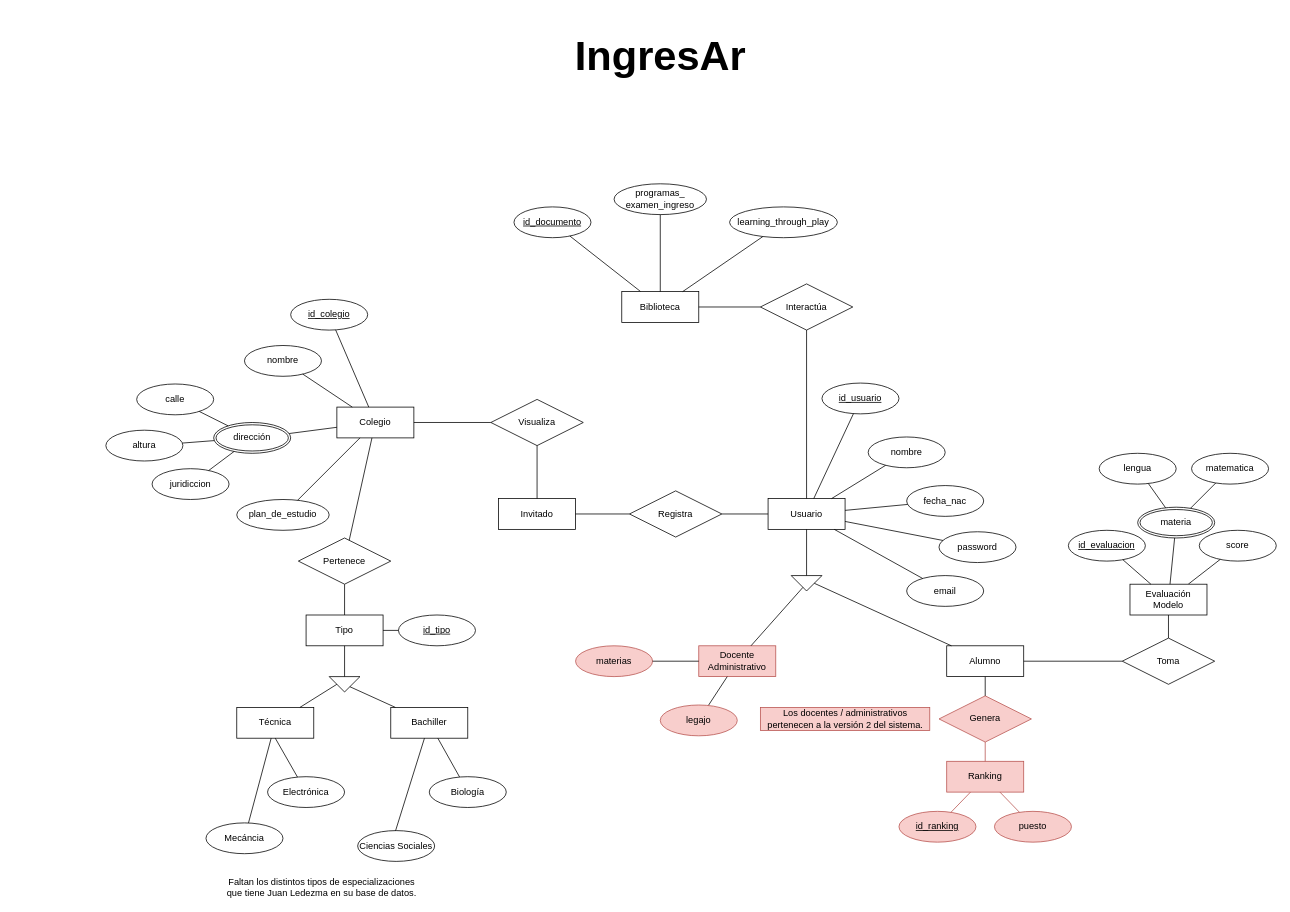
This is page "MER" (1 of 3) of IngresAr.drawio from Ingres-Ar/Ingres.Ar, a draw.io file, before an edit. Source tidied: cells renumbered, new cells numbered last; positions are measured from the earlier drawing's top-left corner, leaving out a move shared by most shapes. Both pictures are drawn from the tidied source at 77%, with x=0, y=0 at pixel (105, 13).
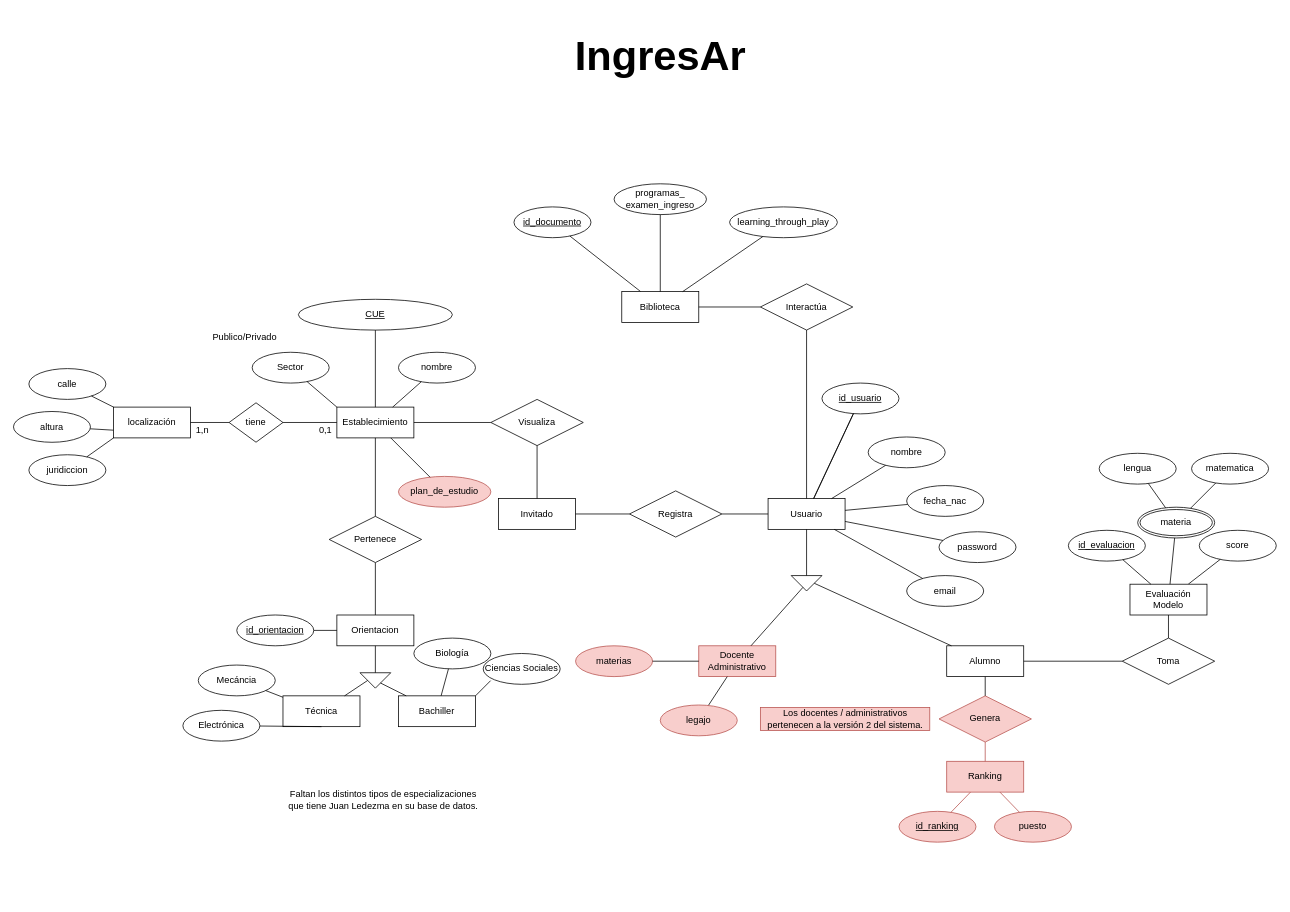
Above is the later version.

Unchanged cells that the change refers to:
```xml
<mxCell id="4" value="Usuario" style="whiteSpace=wrap;html=1;align=center;" parent="1" vertex="1">
  <mxGeometry x="860" y="630" width="100" height="40" as="geometry" />
</mxCell>
<mxCell id="8" value="id_usuario" style="ellipse;whiteSpace=wrap;html=1;align=center;fontStyle=4;" parent="1" vertex="1">
  <mxGeometry x="930" y="480" width="100" height="40" as="geometry" />
</mxCell>
```

Diff of the diagram source:
```diff
@@
-    <mxCell id="3" value="Colegio" style="whiteSpace=wrap;html=1;align=center;" parent="1" vertex="1">
+    <mxCell id="3" value="Establecimiento" style="whiteSpace=wrap;html=1;align=center;" parent="1" vertex="1">
       <mxGeometry x="300" y="511.2" width="100" height="40" as="geometry" />
     </mxCell>
@@
     <mxCell id="10" value="Biología" style="ellipse;whiteSpace=wrap;html=1;align=center;" parent="1" vertex="1">
-      <mxGeometry x="420" y="991.2" width="100" height="40" as="geometry" />
+      <mxGeometry x="400" y="811.2" width="100" height="40" as="geometry" />
     </mxCell>
     <mxCell id="11" value="Electrónica" style="ellipse;whiteSpace=wrap;html=1;align=center;" parent="1" vertex="1">
-      <mxGeometry x="210" y="991.2" width="100" height="40" as="geometry" />
+      <mxGeometry x="100" y="905" width="100" height="40" as="geometry" />
     </mxCell>
     <mxCell id="12" value="Técnica" style="whiteSpace=wrap;html=1;align=center;" parent="1" vertex="1">
-      <mxGeometry x="170" y="901.2" width="100" height="40" as="geometry" />
+      <mxGeometry x="230" y="886.2" width="100" height="40" as="geometry" />
     </mxCell>
-    <mxCell id="13" value="Tipo" style="whiteSpace=wrap;html=1;align=center;" parent="1" vertex="1">
-      <mxGeometry x="260" y="781.2" width="100" height="40" as="geometry" />
+    <mxCell id="13" value="Orientacion" style="whiteSpace=wrap;html=1;align=center;" parent="1" vertex="1">
+      <mxGeometry x="300" y="781.2" width="100" height="40" as="geometry" />
     </mxCell>
     <mxCell id="14" value="Bachiller" style="whiteSpace=wrap;html=1;align=center;" parent="1" vertex="1">
-      <mxGeometry x="370" y="901.2" width="100" height="40" as="geometry" />
+      <mxGeometry x="380" y="886.2" width="100" height="40" as="geometry" />
     </mxCell>
     <mxCell id="15" style="triangle;whiteSpace=wrap;html=1;rotation=90;" parent="1" vertex="1">
-      <mxGeometry x="300" y="851.2" width="20" height="40" as="geometry" />
+      <mxGeometry x="340" y="846.2" width="20" height="40" as="geometry" />
     </mxCell>
@@
     <mxCell id="21" value="Mecáncia" style="ellipse;whiteSpace=wrap;html=1;align=center;" parent="1" vertex="1">
-      <mxGeometry x="130" y="1051.2" width="100" height="40" as="geometry" />
+      <mxGeometry x="120" y="846.2" width="100" height="40" as="geometry" />
     </mxCell>
     <mxCell id="22" value="Ciencias Sociales" style="ellipse;whiteSpace=wrap;html=1;align=center;" parent="1" vertex="1">
-      <mxGeometry x="327" y="1061.2" width="100" height="40" as="geometry" />
+      <mxGeometry x="490" y="831.2" width="100" height="40" as="geometry" />
     </mxCell>
@@
-    <mxCell id="26" style="endArrow=none;html=1;rounded=0;" parent="1" edge="1" target="14">
-      <mxGeometry relative="1" as="geometry">
-        <mxPoint x="376.2" y="1061.4" as="sourcePoint" />
-      </mxGeometry>
+    <mxCell id="26" style="endArrow=none;html=1;rounded=0;exitX=0.097;exitY=0.881;exitDx=0;exitDy=0;entryX=1;entryY=0;entryDx=0;entryDy=0;exitPerimeter=0;" parent="1" edge="1" source="22" target="14">
+      <mxGeometry relative="1" as="geometry" />
     </mxCell>
     <mxCell id="27" value="juridiccion" style="ellipse;whiteSpace=wrap;html=1;align=center;" parent="1" vertex="1">
-      <mxGeometry x="60" y="591.2" width="100" height="40" as="geometry" />
+      <mxGeometry x="-100" y="573.1" width="100" height="40" as="geometry" />
     </mxCell>
-    <mxCell id="28" value="dirección" style="ellipse;shape=doubleEllipse;margin=3;whiteSpace=wrap;html=1;align=center;" parent="1" vertex="1">
-      <mxGeometry x="140" y="531.2" width="100" height="40" as="geometry" />
-    </mxCell>
     <mxCell id="29" value="calle" style="ellipse;whiteSpace=wrap;html=1;align=center;" parent="1" vertex="1">
-      <mxGeometry x="40" y="481.2" width="100" height="40" as="geometry" />
+      <mxGeometry x="-100" y="461.2" width="100" height="40" as="geometry" />
     </mxCell>
     <mxCell id="30" value="altura" style="ellipse;whiteSpace=wrap;html=1;align=center;" parent="1" vertex="1">
-      <mxGeometry y="541.2" width="100" height="40" as="geometry" />
+      <mxGeometry x="-120" y="516.9" width="100" height="40" as="geometry" />
     </mxCell>
-    <mxCell id="31" value="id_tipo" style="ellipse;whiteSpace=wrap;html=1;align=center;fontStyle=4;" parent="1" vertex="1">
-      <mxGeometry x="380" y="781.2" width="100" height="40" as="geometry" />
+    <mxCell id="31" value="id_orientacion" style="ellipse;whiteSpace=wrap;html=1;align=center;fontStyle=4;" parent="1" vertex="1">
+      <mxGeometry x="170" y="781.2" width="100" height="40" as="geometry" />
     </mxCell>
@@
-    <mxCell id="37" style="endArrow=none;html=1;rounded=0;" parent="1" edge="1" source="38" target="13">
+    <mxCell id="37" style="endArrow=none;html=1;rounded=0;exitX=0.5;exitY=1;exitDx=0;exitDy=0;" parent="1" edge="1" source="38" target="13">
       <mxGeometry relative="1" as="geometry" />
     </mxCell>
     <mxCell id="38" value="Pertenece" style="shape=rhombus;perimeter=rhombusPerimeter;whiteSpace=wrap;html=1;align=center;" parent="1" vertex="1">
-      <mxGeometry x="250" y="681.2" width="120" height="60" as="geometry" />
+      <mxGeometry x="290" y="653.1" width="120" height="60" as="geometry" />
     </mxCell>
-    <mxCell id="39" style="endArrow=none;html=1;rounded=0;" parent="1" edge="1" source="3" target="38">
+    <mxCell id="39" style="endArrow=none;html=1;rounded=0;entryX=0.5;entryY=0;entryDx=0;entryDy=0;" parent="1" edge="1" source="3" target="38">
       <mxGeometry relative="1" as="geometry" />
     </mxCell>
-    <mxCell id="40" style="endArrow=none;html=1;rounded=0;" parent="1" edge="1" source="27" target="28">
-      <mxGeometry relative="1" as="geometry" />
-    </mxCell>
-    <mxCell id="41" style="endArrow=none;html=1;rounded=0;" parent="1" edge="1" source="30" target="28">
+    <mxCell id="41" style="endArrow=none;html=1;rounded=0;entryX=0;entryY=0.75;entryDx=0;entryDy=0;" parent="1" edge="1" source="30" target="101">
       <mxGeometry relative="1" as="geometry" />
     </mxCell>
-    <mxCell id="42" style="endArrow=none;html=1;rounded=0;" parent="1" edge="1" source="29" target="28">
+    <mxCell id="42" style="endArrow=none;html=1;rounded=0;entryX=0;entryY=0;entryDx=0;entryDy=0;" parent="1" edge="1" source="29" target="101">
       <mxGeometry relative="1" as="geometry" />
     </mxCell>
-    <mxCell id="43" style="endArrow=none;html=1;rounded=0;" parent="1" edge="1" source="28" target="3">
-      <mxGeometry relative="1" as="geometry" />
-    </mxCell>
@@
-    <mxCell id="51" value="id_colegio" style="ellipse;whiteSpace=wrap;html=1;align=center;fontStyle=4;" parent="1" vertex="1">
-      <mxGeometry x="240" y="371.2" width="100" height="40" as="geometry" />
+    <mxCell id="51" value="CUE" style="ellipse;whiteSpace=wrap;html=1;align=center;fontStyle=4;" parent="1" vertex="1">
+      <mxGeometry x="250" y="371.2" width="200" height="40" as="geometry" />
     </mxCell>
@@
     <mxCell id="58" value="nombre" style="ellipse;whiteSpace=wrap;html=1;align=center;" parent="1" vertex="1">
-      <mxGeometry x="180" y="431.2" width="100" height="40" as="geometry" />
+      <mxGeometry x="380" y="440" width="100" height="40" as="geometry" />
     </mxCell>
@@
     <mxCell id="62" value="Faltan los distintos tipos de especializaciones&lt;br&gt;que tiene Juan Ledezma en su base de datos." style="text;html=1;align=center;verticalAlign=middle;" parent="1" vertex="1">
-      <mxGeometry x="150" y="1120" width="260" height="30" as="geometry" />
+      <mxGeometry x="230" y="1006.2" width="260" height="30" as="geometry" />
     </mxCell>
@@
-    <mxCell id="65" value="plan_de_estudio" style="ellipse;whiteSpace=wrap;html=1;align=center;" parent="1" vertex="1">
-      <mxGeometry x="170" y="631.2" width="120" height="40" as="geometry" />
+    <mxCell id="65" value="plan_de_estudio" style="ellipse;whiteSpace=wrap;html=1;align=center;fillColor=#f8cecc;strokeColor=#b85450;" parent="1" vertex="1">
+      <mxGeometry x="380" y="601.2" width="120" height="40" as="geometry" />
     </mxCell>
@@
+    <mxCell id="100" style="endArrow=none;html=1;rounded=0;" parent="1" edge="1" source="8" target="4">
+      <mxGeometry relative="1" as="geometry">
+        <Array as="points">
+          <mxPoint x="919" y="630" />
+        </Array>
+      </mxGeometry>
+    </mxCell>
+    <mxCell id="101" value="localización" style="whiteSpace=wrap;html=1;align=center;" parent="1" vertex="1">
+      <mxGeometry x="10" y="511.2" width="100" height="40" as="geometry" />
+    </mxCell>
+    <mxCell id="102" value="tiene" style="shape=rhombus;perimeter=rhombusPerimeter;whiteSpace=wrap;html=1;align=center;" parent="1" vertex="1">
+      <mxGeometry x="160" y="505.6" width="70" height="51.2" as="geometry" />
+    </mxCell>
+    <mxCell id="103" style="endArrow=none;html=1;rounded=0;exitX=1;exitY=0.5;exitDx=0;exitDy=0;entryX=0;entryY=0.5;entryDx=0;entryDy=0;" parent="1" edge="1" source="101" target="102">
+      <mxGeometry relative="1" as="geometry" />
+    </mxCell>
+    <mxCell id="104" value="1,n" style="text;html=1;align=center;verticalAlign=middle;" parent="1" vertex="1">
+      <mxGeometry x="110" y="531.2" width="30" height="20" as="geometry" />
+    </mxCell>
+    <mxCell id="105" value="0,1" style="text;html=1;align=center;verticalAlign=middle;" parent="1" vertex="1">
+      <mxGeometry x="270" y="531.2" width="30" height="20" as="geometry" />
+    </mxCell>
+    <mxCell id="106" style="endArrow=none;html=1;rounded=0;exitX=1;exitY=0.5;exitDx=0;exitDy=0;entryX=0;entryY=0.5;entryDx=0;entryDy=0;" parent="1" edge="1" source="102" target="3">
+      <mxGeometry relative="1" as="geometry" />
+    </mxCell>
+    <mxCell id="107" style="endArrow=none;html=1;rounded=0;entryX=0;entryY=1;entryDx=0;entryDy=0;" parent="1" edge="1" source="27" target="101">
+      <mxGeometry relative="1" as="geometry" />
+    </mxCell>
+    <mxCell id="108" value="Sector" style="ellipse;whiteSpace=wrap;html=1;align=center;" parent="1" vertex="1">
+      <mxGeometry x="190" y="440" width="100" height="40" as="geometry" />
+    </mxCell>
+    <mxCell id="109" style="endArrow=none;html=1;rounded=0;entryX=0;entryY=0;entryDx=0;entryDy=0;" parent="1" edge="1" source="108" target="3">
+      <mxGeometry relative="1" as="geometry" />
+    </mxCell>
+    <mxCell id="110" value="Publico/Privado" style="text;html=1;align=center;verticalAlign=middle;" parent="1" vertex="1">
+      <mxGeometry x="130" y="410" width="100" height="20" as="geometry" />
+    </mxCell>
```
